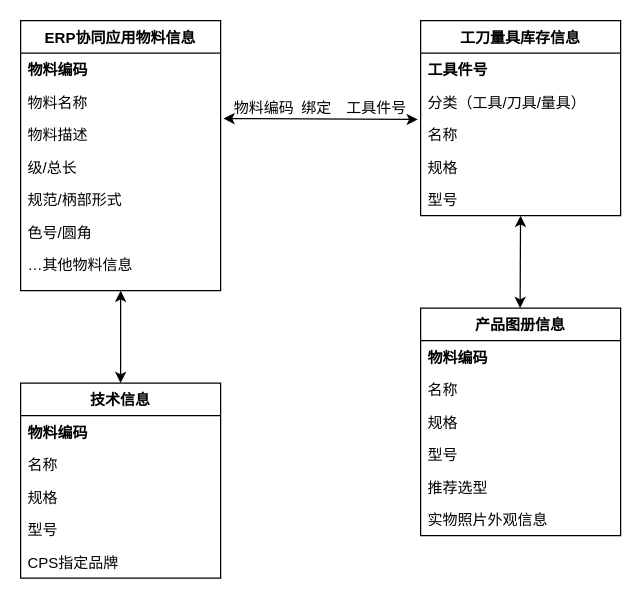
This is erp_tims.drawio from miaomiao1992/draw.io, a draw.io file, before an edit. Source tidied: cells renumbered, new cells numbered last; positions are measured from the earlier drawing's top-left corner, leaving out a move shared by most shapes. Both pictures are drawn from the tidied source at 125%, with x=0, y=0 at pixel (20, 20).
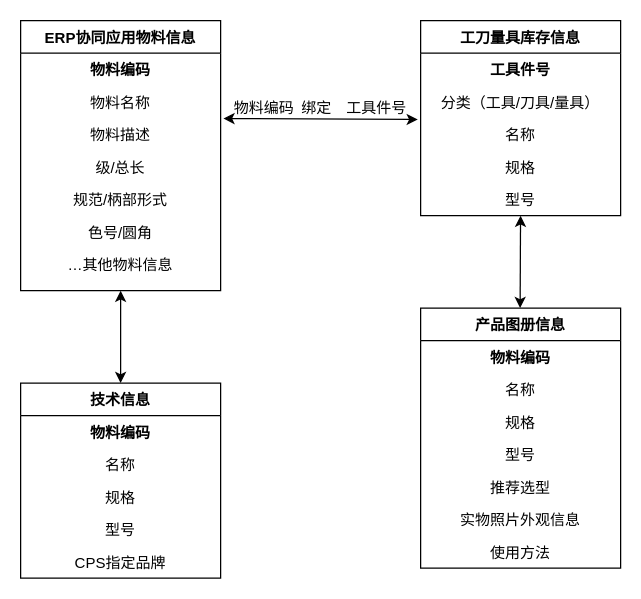
After the change.

Unchanged cells that the change refers to:
```xml
<mxCell id="2" value="ERP协同应用物料信息" style="swimlane;fontStyle=1;align=center;verticalAlign=top;horizontal=1;startSize=26;rounded=0;shadow=0;strokeWidth=1;" parent="1" vertex="1">
  <mxGeometry width="160" height="216" as="geometry" />
</mxCell>
<mxCell id="10" value="技术信息" style="swimlane;fontStyle=1;align=center;verticalAlign=top;horizontal=1;startSize=26;rounded=0;shadow=0;strokeWidth=1;" parent="1" vertex="1">
  <mxGeometry y="290" width="160" height="156" as="geometry" />
</mxCell>
<mxCell id="16" value="工刀量具库存信息" style="swimlane;fontStyle=1;align=center;verticalAlign=top;horizontal=1;startSize=26;rounded=0;shadow=0;strokeWidth=1;" parent="1" vertex="1">
  <mxGeometry x="320" width="160" height="156" as="geometry" />
</mxCell>
```

The edit, as a diff of the source:
```diff
@@
-    <mxCell id="3" value="物料编码" style="text;align=left;verticalAlign=top;spacingLeft=4;spacingRight=4;overflow=hidden;fontStyle=1;" parent="2" vertex="1">
+    <mxCell id="3" value="物料编码" style="text;align=center;verticalAlign=top;spacingLeft=4;spacingRight=4;overflow=hidden;fontStyle=1;" parent="2" vertex="1">
       <mxGeometry y="26" width="160" height="26" as="geometry" />
     </mxCell>
-    <mxCell id="4" value="物料名称" style="text;align=left;verticalAlign=top;spacingLeft=4;spacingRight=4;overflow=hidden;rounded=0;shadow=0;html=0;" parent="2" vertex="1">
+    <mxCell id="4" value="物料名称" style="text;align=center;verticalAlign=top;spacingLeft=4;spacingRight=4;overflow=hidden;rounded=0;shadow=0;html=0;" parent="2" vertex="1">
       <mxGeometry y="52" width="160" height="26" as="geometry" />
     </mxCell>
-    <mxCell id="5" value="物料描述" style="text;align=left;verticalAlign=top;spacingLeft=4;spacingRight=4;overflow=hidden;points=[[0,0.5],[1,0.5]];portConstraint=eastwest;rounded=0;shadow=0;html=0;" parent="2" vertex="1">
+    <mxCell id="5" value="物料描述" style="text;align=center;verticalAlign=top;spacingLeft=4;spacingRight=4;overflow=hidden;points=[[0,0.5],[1,0.5]];portConstraint=eastwest;rounded=0;shadow=0;html=0;" parent="2" vertex="1">
       <mxGeometry y="78" width="160" height="26" as="geometry" />
     </mxCell>
-    <mxCell id="6" value="级/总长" style="text;align=left;verticalAlign=top;spacingLeft=4;spacingRight=4;overflow=hidden;rounded=0;shadow=0;html=0;" parent="2" vertex="1">
+    <mxCell id="6" value="级/总长" style="text;align=center;verticalAlign=top;spacingLeft=4;spacingRight=4;overflow=hidden;rounded=0;shadow=0;html=0;" parent="2" vertex="1">
       <mxGeometry y="104" width="160" height="26" as="geometry" />
     </mxCell>
-    <mxCell id="7" value="规范/柄部形式" style="text;align=left;verticalAlign=top;spacingLeft=4;spacingRight=4;overflow=hidden;rounded=0;shadow=0;html=0;" parent="2" vertex="1">
+    <mxCell id="7" value="规范/柄部形式" style="text;align=center;verticalAlign=top;spacingLeft=4;spacingRight=4;overflow=hidden;rounded=0;shadow=0;html=0;" parent="2" vertex="1">
       <mxGeometry y="130" width="160" height="26" as="geometry" />
     </mxCell>
-    <mxCell id="8" value="色号/圆角" style="text;align=left;verticalAlign=top;spacingLeft=4;spacingRight=4;overflow=hidden;rounded=0;shadow=0;html=0;" parent="2" vertex="1">
+    <mxCell id="8" value="色号/圆角" style="text;align=center;verticalAlign=top;spacingLeft=4;spacingRight=4;overflow=hidden;rounded=0;shadow=0;html=0;" parent="2" vertex="1">
       <mxGeometry y="156" width="160" height="26" as="geometry" />
     </mxCell>
-    <mxCell id="9" value="…其他物料信息" style="text;align=left;verticalAlign=top;spacingLeft=4;spacingRight=4;overflow=hidden;rounded=0;shadow=0;html=0;" parent="2" vertex="1">
+    <mxCell id="9" value="…其他物料信息" style="text;align=center;verticalAlign=top;spacingLeft=4;spacingRight=4;overflow=hidden;rounded=0;shadow=0;html=0;" parent="2" vertex="1">
       <mxGeometry y="182" width="160" height="26" as="geometry" />
     </mxCell>
@@
-    <mxCell id="11" value="物料编码" style="text;align=left;verticalAlign=top;spacingLeft=4;spacingRight=4;overflow=hidden;fontStyle=1;" parent="10" vertex="1">
+    <mxCell id="11" value="物料编码" style="text;align=center;verticalAlign=top;spacingLeft=4;spacingRight=4;overflow=hidden;fontStyle=1;" parent="10" vertex="1">
       <mxGeometry y="26" width="160" height="26" as="geometry" />
     </mxCell>
-    <mxCell id="12" value="名称" style="text;align=left;verticalAlign=top;spacingLeft=4;spacingRight=4;overflow=hidden;" parent="10" vertex="1">
+    <mxCell id="12" value="名称" style="text;align=center;verticalAlign=top;spacingLeft=4;spacingRight=4;overflow=hidden;" parent="10" vertex="1">
       <mxGeometry y="52" width="160" height="26" as="geometry" />
     </mxCell>
-    <mxCell id="13" value="规格" style="text;align=left;verticalAlign=top;spacingLeft=4;spacingRight=4;overflow=hidden;" parent="10" vertex="1">
+    <mxCell id="13" value="规格" style="text;align=center;verticalAlign=top;spacingLeft=4;spacingRight=4;overflow=hidden;" parent="10" vertex="1">
       <mxGeometry y="78" width="160" height="26" as="geometry" />
     </mxCell>
-    <mxCell id="14" value="型号" style="text;align=left;verticalAlign=top;spacingLeft=4;spacingRight=4;overflow=hidden;" parent="10" vertex="1">
+    <mxCell id="14" value="型号" style="text;align=center;verticalAlign=top;spacingLeft=4;spacingRight=4;overflow=hidden;" parent="10" vertex="1">
       <mxGeometry y="104" width="160" height="26" as="geometry" />
     </mxCell>
-    <mxCell id="15" value="CPS指定品牌" style="text;align=left;verticalAlign=top;spacingLeft=4;spacingRight=4;overflow=hidden;" parent="10" vertex="1">
+    <mxCell id="15" value="CPS指定品牌" style="text;align=center;verticalAlign=top;spacingLeft=4;spacingRight=4;overflow=hidden;" parent="10" vertex="1">
       <mxGeometry y="130" width="160" height="26" as="geometry" />
     </mxCell>
@@
-    <mxCell id="17" value="工具件号" style="text;align=left;verticalAlign=top;spacingLeft=4;spacingRight=4;overflow=hidden;fontStyle=1;" parent="16" vertex="1">
+    <mxCell id="17" value="工具件号" style="text;align=center;verticalAlign=top;spacingLeft=4;spacingRight=4;overflow=hidden;fontStyle=1;" parent="16" vertex="1">
       <mxGeometry y="26" width="160" height="26" as="geometry" />
     </mxCell>
-    <mxCell id="18" value="分类（工具/刀具/量具）" style="text;align=left;verticalAlign=top;spacingLeft=4;spacingRight=4;overflow=hidden;rounded=0;shadow=0;html=0;" parent="16" vertex="1">
+    <mxCell id="18" value="分类（工具/刀具/量具）" style="text;align=center;verticalAlign=top;spacingLeft=4;spacingRight=4;overflow=hidden;rounded=0;shadow=0;html=0;" parent="16" vertex="1">
       <mxGeometry y="52" width="160" height="26" as="geometry" />
     </mxCell>
-    <mxCell id="19" value="名称" style="text;align=left;verticalAlign=top;spacingLeft=4;spacingRight=4;overflow=hidden;points=[[0,0.5],[1,0.5]];portConstraint=eastwest;rounded=0;shadow=0;html=0;" parent="16" vertex="1">
+    <mxCell id="19" value="名称" style="text;align=center;verticalAlign=top;spacingLeft=4;spacingRight=4;overflow=hidden;points=[[0,0.5],[1,0.5]];portConstraint=eastwest;rounded=0;shadow=0;html=0;" parent="16" vertex="1">
       <mxGeometry y="78" width="160" height="26" as="geometry" />
     </mxCell>
-    <mxCell id="20" value="规格" style="text;align=left;verticalAlign=top;spacingLeft=4;spacingRight=4;overflow=hidden;rounded=0;shadow=0;html=0;" parent="16" vertex="1">
+    <mxCell id="20" value="规格" style="text;align=center;verticalAlign=top;spacingLeft=4;spacingRight=4;overflow=hidden;rounded=0;shadow=0;html=0;" parent="16" vertex="1">
       <mxGeometry y="104" width="160" height="26" as="geometry" />
     </mxCell>
-    <mxCell id="21" value="型号" style="text;align=left;verticalAlign=top;spacingLeft=4;spacingRight=4;overflow=hidden;points=[[0,0.5],[1,0.5]];portConstraint=eastwest;rounded=0;shadow=0;html=0;" parent="16" vertex="1">
+    <mxCell id="21" value="型号" style="text;align=center;verticalAlign=top;spacingLeft=4;spacingRight=4;overflow=hidden;points=[[0,0.5],[1,0.5]];portConstraint=eastwest;rounded=0;shadow=0;html=0;" parent="16" vertex="1">
       <mxGeometry y="130" width="160" height="26" as="geometry" />
     </mxCell>
@@
     <mxCell id="26" value="产品图册信息" style="swimlane;fontStyle=1;align=center;verticalAlign=top;horizontal=1;startSize=26;rounded=0;shadow=0;strokeWidth=1;" parent="1" vertex="1">
-      <mxGeometry x="320" y="230" width="160" height="182" as="geometry" />
+      <mxGeometry x="320" y="230" width="160" height="208" as="geometry" />
     </mxCell>
-    <mxCell id="27" value="物料编码" style="text;align=left;verticalAlign=top;spacingLeft=4;spacingRight=4;overflow=hidden;fontStyle=1;" parent="26" vertex="1">
+    <mxCell id="27" value="物料编码" style="text;align=center;verticalAlign=top;spacingLeft=4;spacingRight=4;overflow=hidden;fontStyle=1;" parent="26" vertex="1">
       <mxGeometry y="26" width="160" height="26" as="geometry" />
     </mxCell>
-    <mxCell id="28" value="名称" style="text;align=left;verticalAlign=top;spacingLeft=4;spacingRight=4;overflow=hidden;" parent="26" vertex="1">
+    <mxCell id="28" value="名称" style="text;align=center;verticalAlign=top;spacingLeft=4;spacingRight=4;overflow=hidden;" parent="26" vertex="1">
       <mxGeometry y="52" width="160" height="26" as="geometry" />
     </mxCell>
-    <mxCell id="29" value="规格" style="text;align=left;verticalAlign=top;spacingLeft=4;spacingRight=4;overflow=hidden;" parent="26" vertex="1">
+    <mxCell id="29" value="规格" style="text;align=center;verticalAlign=top;spacingLeft=4;spacingRight=4;overflow=hidden;" parent="26" vertex="1">
       <mxGeometry y="78" width="160" height="26" as="geometry" />
     </mxCell>
-    <mxCell id="30" value="型号" style="text;align=left;verticalAlign=top;spacingLeft=4;spacingRight=4;overflow=hidden;" parent="26" vertex="1">
+    <mxCell id="30" value="型号" style="text;align=center;verticalAlign=top;spacingLeft=4;spacingRight=4;overflow=hidden;" parent="26" vertex="1">
       <mxGeometry y="104" width="160" height="26" as="geometry" />
     </mxCell>
-    <mxCell id="31" value="推荐选型" style="text;align=left;verticalAlign=top;spacingLeft=4;spacingRight=4;overflow=hidden;" parent="26" vertex="1">
+    <mxCell id="31" value="推荐选型" style="text;align=center;verticalAlign=top;spacingLeft=4;spacingRight=4;overflow=hidden;" parent="26" vertex="1">
       <mxGeometry y="130" width="160" height="26" as="geometry" />
     </mxCell>
-    <mxCell id="32" value="实物照片外观信息" style="text;align=left;verticalAlign=top;spacingLeft=4;spacingRight=4;overflow=hidden;" parent="26" vertex="1">
+    <mxCell id="32" value="实物照片外观信息" style="text;align=center;verticalAlign=top;spacingLeft=4;spacingRight=4;overflow=hidden;" parent="26" vertex="1">
       <mxGeometry y="156" width="160" height="26" as="geometry" />
     </mxCell>
+    <mxCell id="35" value="使用方法" style="text;align=center;verticalAlign=top;spacingLeft=4;spacingRight=4;overflow=hidden;" parent="26" vertex="1">
+      <mxGeometry y="182" width="160" height="26" as="geometry" />
+    </mxCell>
```
